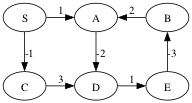
This is lectures/digraph12.png from IUDataStructuresCourse/course-web-page-spring-2024, a Graphviz export, as it was before one commit. Its source is kept beside it as lectures/digraph12.dot. Its diagram source:
```dot
digraph G {
  size = "2,2";

  { rank = same; S A B }
  { rank = same; C D E }

  S -> A [label = "1"];
  S -> C [label = "-1"];
  A -> D [label = "-2"];
  B -> A [label = "2"] [constraint = false];
  C -> D [label = "3"];
  D -> E [label = "1"];
  E -> B [label = "-3"][constraint = false];

}
```
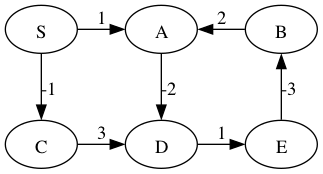
Later version of the same file.

Commit message:
remove size from dot files

What changed in the source:
```diff
@@ -1,5 +1,4 @@
 digraph G {
-  size = "2,2";
 
   { rank = same; S A B }
   { rank = same; C D E }
```
